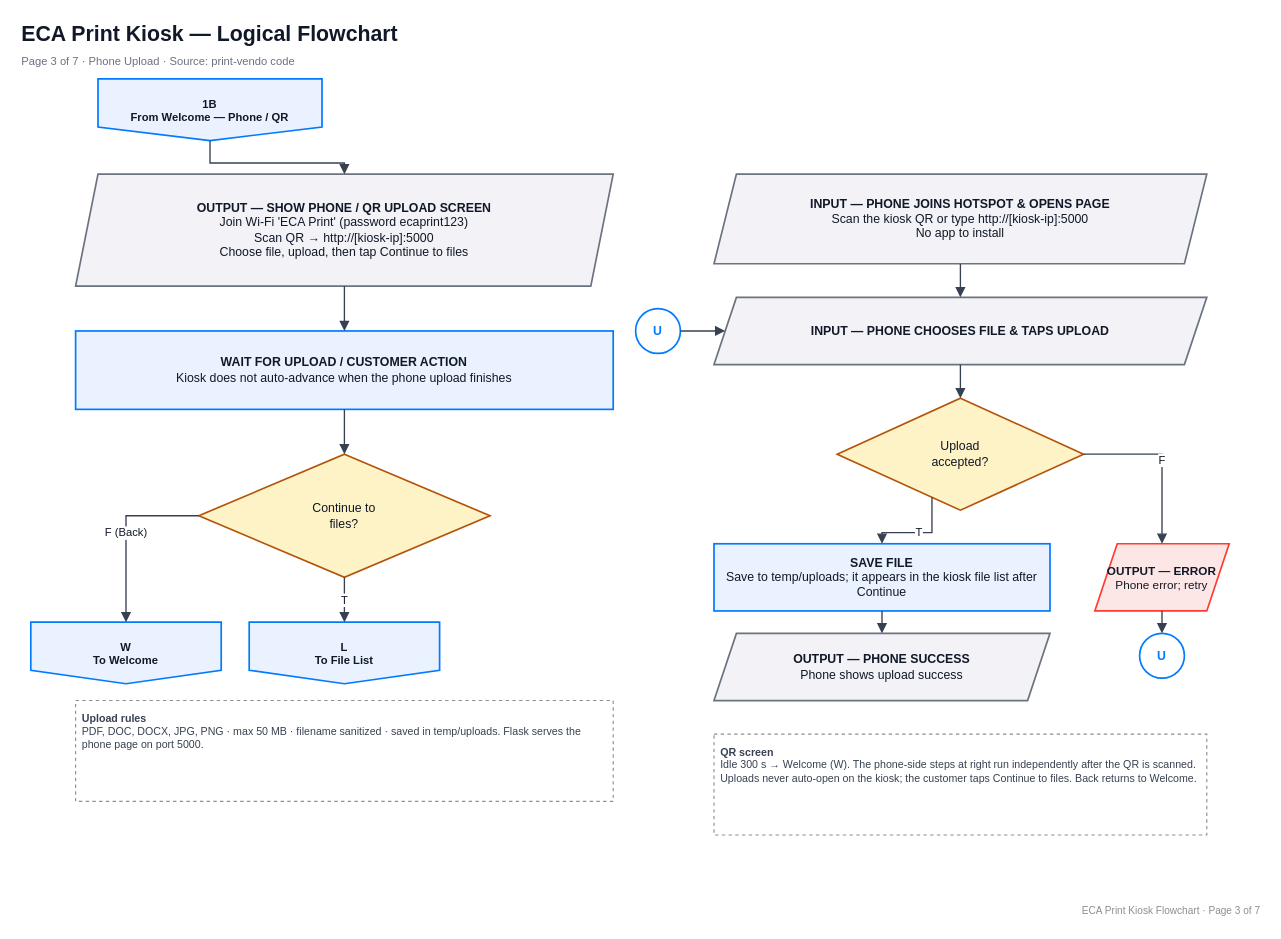
Before: page "3 Phone Upload" (3 of 7) of docs/eca_print_flowchart.drawio in janil231/ECA-PRINT, a draw.io diagram. Source tidied: cells renumbered, new cells numbered last; positions are measured from the earlier drawing's top-left corner, leaving out a move shared by most shapes. Both pictures are drawn from the tidied source at 112%, with x=0, y=0 at pixel (19, 19).
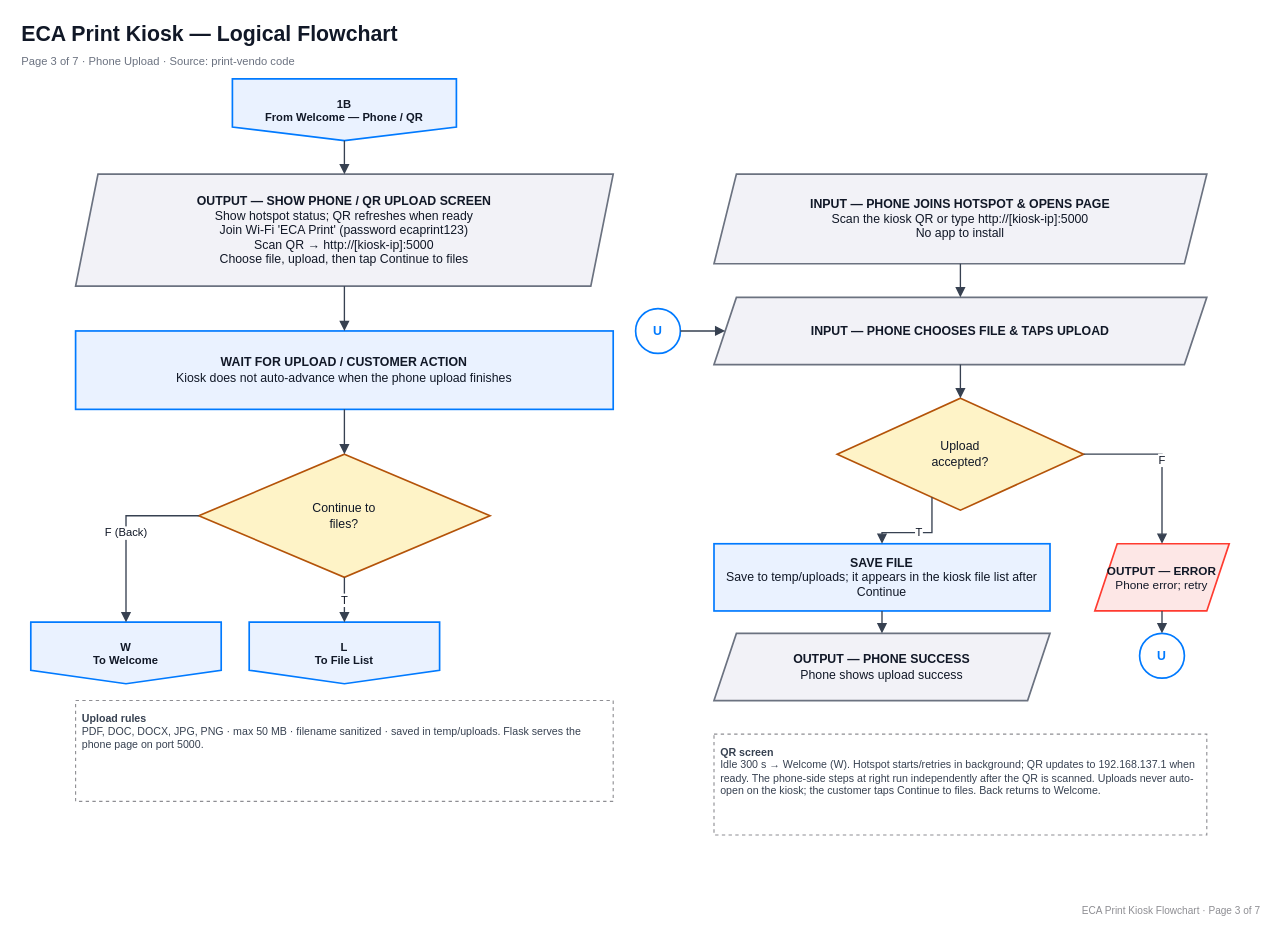
The same diagram, later.

Commit message (it also covers changes not shown here):
Harden hotspot startup and finalize QR/flowchart updates

Change to the diagram source:
```diff
@@
     <mxCell id="5" value="1B&lt;br&gt;From Welcome — Phone / QR" style="shape=offPageConnector;whiteSpace=wrap;html=1;size=0.22;fillColor=#EAF2FF;strokeColor=#007AFF;strokeWidth=1.5;fontColor=#111827;fontSize=10;fontStyle=1;spacing=3;" parent="1" vertex="1">
-      <mxGeometry x="70" y="53" width="200" height="55" as="geometry" />
+      <mxGeometry x="190" y="53" width="200" height="55" as="geometry" />
     </mxCell>
-    <mxCell id="6" value="&lt;b&gt;OUTPUT — SHOW PHONE / QR UPLOAD SCREEN&lt;/b&gt;&lt;br&gt;Join Wi-Fi 'ECA Print' (password ecaprint123)&lt;br&gt;Scan QR → http://[kiosk-ip]:5000&lt;br&gt;Choose file, upload, then tap Continue to files" style="shape=parallelogram;perimeter=parallelogramPerimeter;whiteSpace=wrap;html=1;fixedSize=1;fillColor=#F2F2F7;strokeColor=#6B7280;strokeWidth=1.5;fontColor=#111827;fontSize=11;spacing=5;" parent="1" vertex="1">
+    <mxCell id="6" value="&lt;b&gt;OUTPUT — SHOW PHONE / QR UPLOAD SCREEN&lt;/b&gt;&lt;br&gt;Show hotspot status; QR refreshes when ready&lt;br&gt;Join Wi-Fi 'ECA Print' (password ecaprint123)&lt;br&gt;Scan QR → http://[kiosk-ip]:5000&lt;br&gt;Choose file, upload, then tap Continue to files" style="shape=parallelogram;perimeter=parallelogramPerimeter;whiteSpace=wrap;html=1;fixedSize=1;fillColor=#F2F2F7;strokeColor=#6B7280;strokeWidth=1.5;fontColor=#111827;fontSize=11;spacing=5;" parent="1" vertex="1">
       <mxGeometry x="50" y="138" width="480" height="100" as="geometry" />
     </mxCell>
@@
-    <mxCell id="32" value="&lt;b&gt;QR screen&lt;/b&gt;&lt;br&gt;Idle 300 s → Welcome (W). The phone-side steps at right run independently after the QR is scanned. Uploads never auto-open on the kiosk; the customer taps Continue to files. Back returns to Welcome." style="rounded=0;whiteSpace=wrap;html=1;fillColor=#FFFFFF;strokeColor=#8E8E93;strokeWidth=1;dashed=1;fontColor=#374151;fontSize=9.5;align=left;verticalAlign=top;spacing=6;" parent="1" vertex="1">
+    <mxCell id="32" value="&lt;b&gt;QR screen&lt;/b&gt;&lt;br&gt;Idle 300 s → Welcome (W). Hotspot starts/retries in background; QR updates to 192.168.137.1 when ready. The phone-side steps at right run independently after the QR is scanned. Uploads never auto-open on the kiosk; the customer taps Continue to files. Back returns to Welcome." style="rounded=0;whiteSpace=wrap;html=1;fillColor=#FFFFFF;strokeColor=#8E8E93;strokeWidth=1;dashed=1;fontColor=#374151;fontSize=9.5;align=left;verticalAlign=top;spacing=6;" parent="1" vertex="1">
       <mxGeometry x="620" y="638" width="440" height="90" as="geometry" />
     </mxCell>
```
